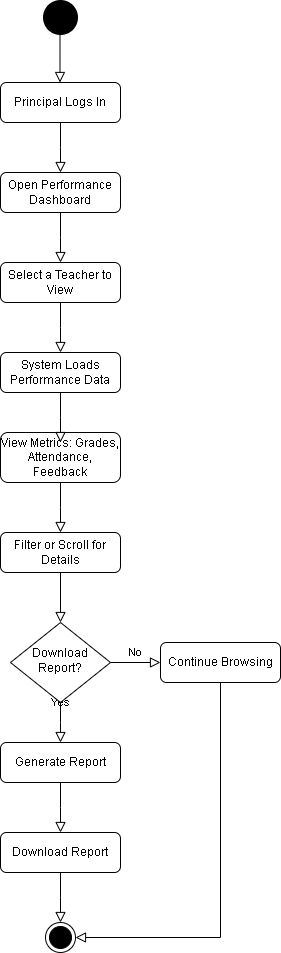
Earlier version of the draw.io export Activity-diagrams/activity-diagram-view-teachers-performance.drawio.png (LeandroBakollari/learning-platform). Source tidied: cells renumbered, new cells last; positions are measured from the earlier drawing's top-left corner, leaving out a move shared by most shapes.
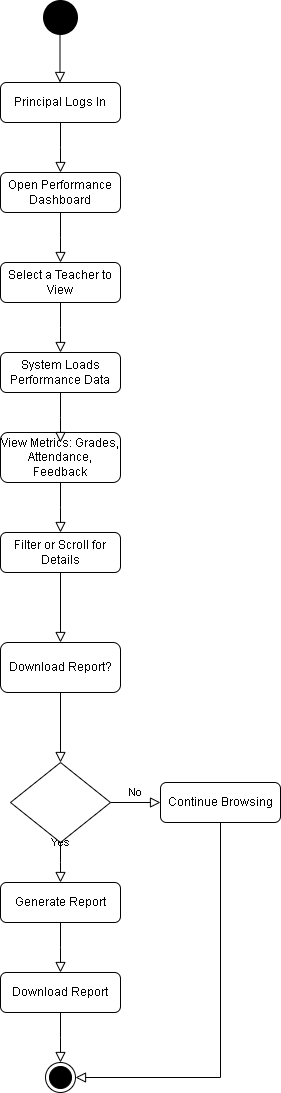
The same diagram one commit later.

What changed in the source:
```diff
@@ -2,7 +2,7 @@
   <root>
     <mxCell id="0" />
     <mxCell id="1" parent="0" />
-    <mxCell id="2" style="rounded=0;html=1;jettySize=auto;fontSize=11;endArrow=block;endFill=0;endSize=8;strokeWidth=1;shadow=0;labelBackgroundColor=none;edgeStyle=orthogonalEdgeStyle;" parent="1" edge="1" source="3" target="6">
+    <mxCell id="2" style="rounded=0;html=1;jettySize=auto;fontSize=11;endArrow=block;endFill=0;endSize=8;strokeWidth=1;shadow=0;labelBackgroundColor=none;edgeStyle=orthogonalEdgeStyle;" parent="1" edge="1" source="3" target="27">
       <mxGeometry relative="1" as="geometry" />
     </mxCell>
     <mxCell id="3" value="Filter or Scroll for Details" style="rounded=1;whiteSpace=wrap;html=1;fontSize=12;glass=0;strokeWidth=1;shadow=0;" parent="1" vertex="1">
@@ -10,17 +10,17 @@
     </mxCell>
     <mxCell id="4" value="Yes" style="rounded=0;html=1;jettySize=auto;fontSize=11;endArrow=block;endFill=0;endSize=8;strokeWidth=1;shadow=0;labelBackgroundColor=none;edgeStyle=orthogonalEdgeStyle;" parent="1" edge="1" source="6">
       <mxGeometry y="20" relative="1" as="geometry">
-        <mxPoint x="60" y="740" as="targetPoint" />
+        <mxPoint x="60" y="880" as="targetPoint" />
       </mxGeometry>
     </mxCell>
     <mxCell id="5" value="No" style="edgeStyle=orthogonalEdgeStyle;rounded=0;html=1;jettySize=auto;fontSize=11;endArrow=block;endFill=0;endSize=8;strokeWidth=1;shadow=0;labelBackgroundColor=none;" parent="1" edge="1" source="6" target="7">
       <mxGeometry y="10" relative="1" as="geometry" />
     </mxCell>
-    <mxCell id="6" value="Download Report?" style="rhombus;whiteSpace=wrap;html=1;shadow=0;fontFamily=Helvetica;fontSize=12;align=center;strokeWidth=1;spacing=6;spacingTop=-4;" parent="1" vertex="1">
-      <mxGeometry x="10" y="620" width="100" height="80" as="geometry" />
+    <mxCell id="6" style="rhombus;whiteSpace=wrap;html=1;shadow=0;fontFamily=Helvetica;fontSize=12;align=center;strokeWidth=1;spacing=6;spacingTop=-4;" parent="1" vertex="1">
+      <mxGeometry x="10" y="760" width="100" height="80" as="geometry" />
     </mxCell>
     <mxCell id="7" value="Continue Browsing" style="rounded=1;whiteSpace=wrap;html=1;fontSize=12;glass=0;strokeWidth=1;shadow=0;" parent="1" vertex="1">
-      <mxGeometry x="160" y="640" width="120" height="40" as="geometry" />
+      <mxGeometry x="160" y="780" width="120" height="40" as="geometry" />
     </mxCell>
     <mxCell id="8" style="rounded=0;html=1;jettySize=auto;fontSize=11;endArrow=block;endFill=0;endSize=8;strokeWidth=1;shadow=0;labelBackgroundColor=none;edgeStyle=orthogonalEdgeStyle;" parent="1" edge="1" source="9">
       <mxGeometry relative="1" as="geometry">
@@ -70,32 +70,38 @@
     </mxCell>
     <mxCell id="19" style="rounded=0;html=1;jettySize=auto;fontSize=11;endArrow=block;endFill=0;endSize=8;strokeWidth=1;shadow=0;labelBackgroundColor=none;edgeStyle=orthogonalEdgeStyle;" parent="1" edge="1" source="20">
       <mxGeometry relative="1" as="geometry">
-        <mxPoint x="60" y="830" as="targetPoint" />
+        <mxPoint x="60" y="970" as="targetPoint" />
       </mxGeometry>
     </mxCell>
     <mxCell id="20" value="Generate Report" style="rounded=1;whiteSpace=wrap;html=1;fontSize=12;glass=0;strokeWidth=1;shadow=0;" parent="1" vertex="1">
-      <mxGeometry y="740" width="120" height="40" as="geometry" />
+      <mxGeometry y="880" width="120" height="40" as="geometry" />
     </mxCell>
     <mxCell id="21" style="rounded=0;html=1;jettySize=auto;fontSize=11;endArrow=block;endFill=0;endSize=8;strokeWidth=1;shadow=0;labelBackgroundColor=none;edgeStyle=orthogonalEdgeStyle;" parent="1" edge="1" source="22">
       <mxGeometry relative="1" as="geometry">
-        <mxPoint x="60" y="920" as="targetPoint" />
+        <mxPoint x="60" y="1060" as="targetPoint" />
       </mxGeometry>
     </mxCell>
     <mxCell id="22" value="Download Report" style="rounded=1;whiteSpace=wrap;html=1;fontSize=12;glass=0;strokeWidth=1;shadow=0;" parent="1" vertex="1">
-      <mxGeometry y="830" width="120" height="40" as="geometry" />
+      <mxGeometry y="970" width="120" height="40" as="geometry" />
     </mxCell>
     <mxCell id="23" style="ellipse;html=1;shape=endState;fillColor=#000000;strokeColor=#000000;" parent="1" vertex="1">
-      <mxGeometry x="45" y="920" width="30" height="30" as="geometry" />
+      <mxGeometry x="45" y="1060" width="30" height="30" as="geometry" />
     </mxCell>
     <mxCell id="24" style="rounded=0;html=1;jettySize=auto;fontSize=11;endArrow=block;endFill=0;endSize=8;strokeWidth=1;shadow=0;labelBackgroundColor=none;edgeStyle=orthogonalEdgeStyle;" parent="1" edge="1" source="7" target="23">
       <mxGeometry relative="1" as="geometry">
         <Array as="points">
-          <mxPoint x="220" y="935" />
+          <mxPoint x="220" y="1075" />
         </Array>
       </mxGeometry>
     </mxCell>
     <mxCell id="25" style="ellipse;html=1;shape=endState;fillColor=#000000;strokeColor=#000000;strokeWidth=5;" parent="1" vertex="1">
       <mxGeometry x="45" width="30" height="30" as="geometry" />
     </mxCell>
+    <mxCell id="26" style="rounded=0;html=1;jettySize=auto;fontSize=11;endArrow=block;endFill=0;endSize=8;strokeWidth=1;shadow=0;labelBackgroundColor=none;edgeStyle=orthogonalEdgeStyle;" parent="1" edge="1" source="27" target="6">
+      <mxGeometry relative="1" as="geometry" />
+    </mxCell>
+    <mxCell id="27" value="Download Report?" style="rounded=1;whiteSpace=wrap;html=1;fontSize=12;glass=0;strokeWidth=1;shadow=0;" parent="1" vertex="1">
+      <mxGeometry y="640" width="120" height="50" as="geometry" />
+    </mxCell>
   </root>
 </mxGraphModel>
```
